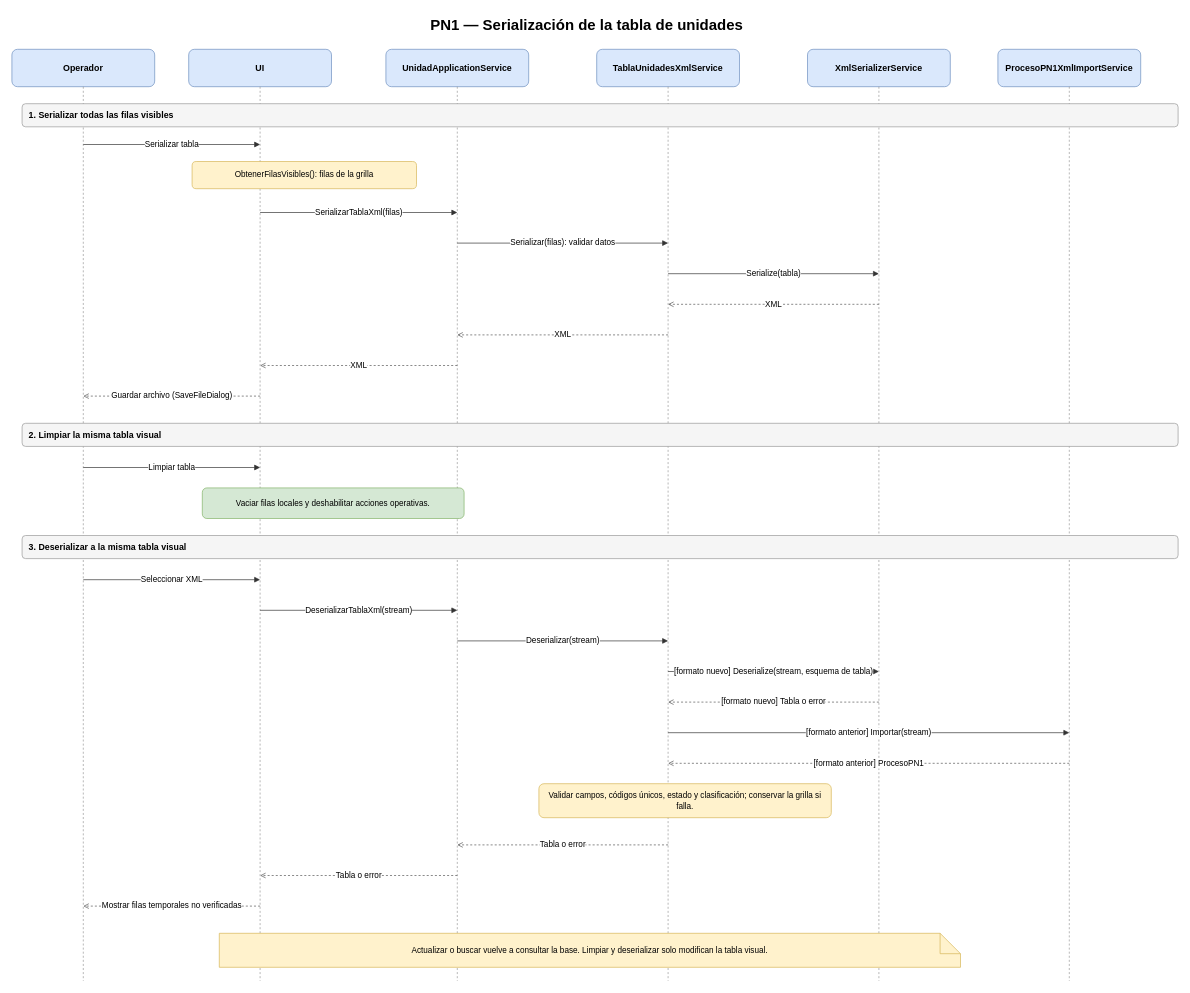
The draw.io diagram Diagramas/Diagramas de Secuencia/PN1 - XML auxiliar - Secuencia.drawio in juanNH/Ingenieria-de-Software, before the edit. Source tidied: cells renumbered, new cells numbered last; positions are measured from the earlier drawing's top-left corner, leaving out a move shared by most shapes. Both pictures are drawn from the tidied source at 68%, with x=0, y=0 at pixel (12, 12).
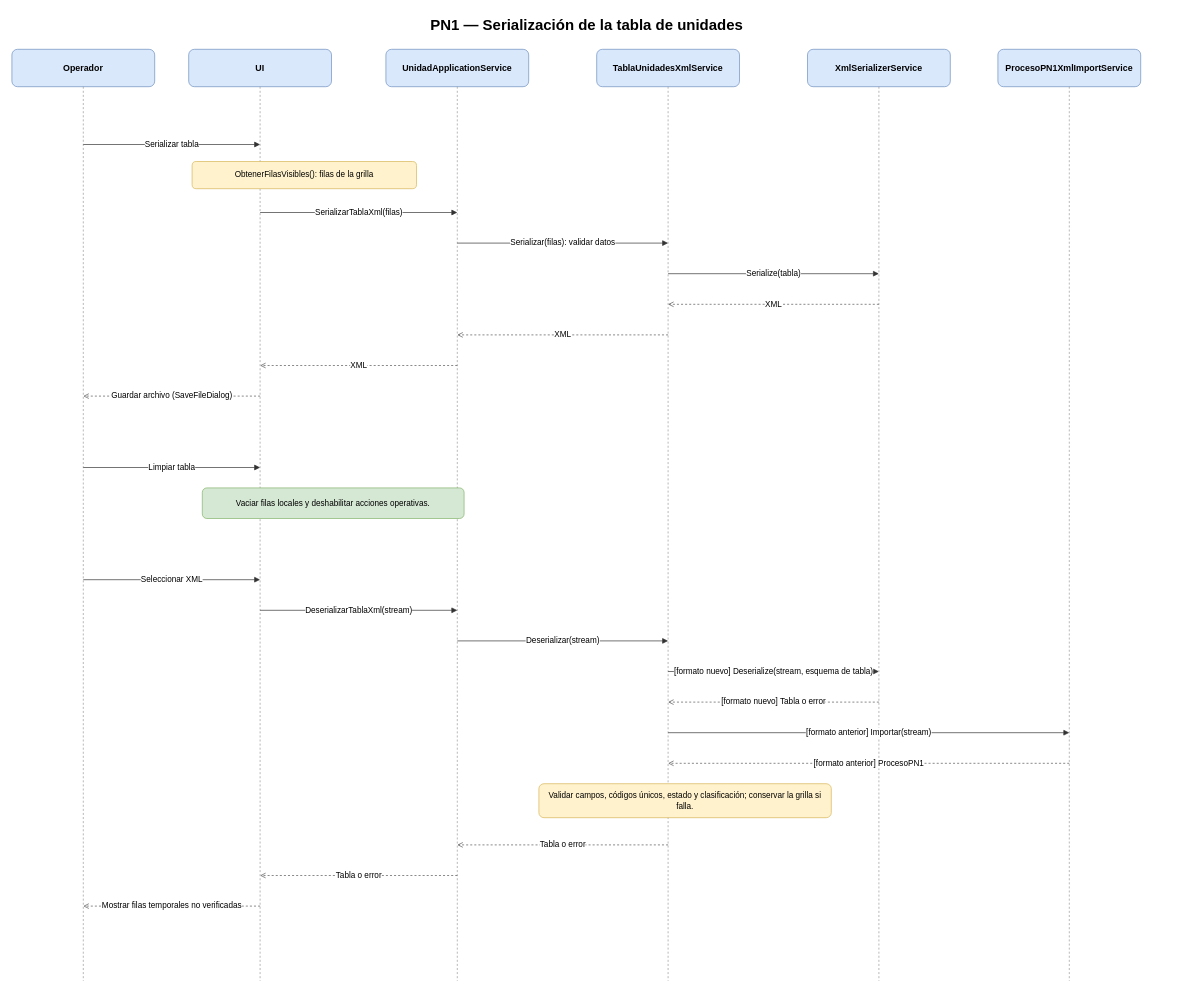
Above is the later version.

The edit, as a diff of the source:
```diff
@@
-    <mxCell id="15" value="1. Serializar todas las filas visibles" style="rounded=1;whiteSpace=wrap;html=1;fillColor=#f5f5f5;strokeColor=#999999;fontSize=13;fontStyle=1;align=left;spacingLeft=8;" parent="1" vertex="1">
-      <mxGeometry x="15" y="135" width="1700" height="34" as="geometry" />
-    </mxCell>
@@
-    <mxCell id="25" value="2. Limpiar la misma tabla visual" style="rounded=1;whiteSpace=wrap;html=1;fillColor=#f5f5f5;strokeColor=#999999;fontSize=13;fontStyle=1;align=left;spacingLeft=8;" parent="1" vertex="1">
-      <mxGeometry x="15" y="605" width="1700" height="34" as="geometry" />
-    </mxCell>
@@
-    <mxCell id="28" value="3. Deserializar a la misma tabla visual" style="rounded=1;whiteSpace=wrap;html=1;fillColor=#f5f5f5;strokeColor=#999999;fontSize=13;fontStyle=1;align=left;spacingLeft=8;" parent="1" vertex="1">
-      <mxGeometry x="15" y="770" width="1700" height="34" as="geometry" />
-    </mxCell>
@@
-    <mxCell id="40" value="Actualizar o buscar vuelve a consultar la base. Limpiar y deserializar solo modifican la tabla visual." style="shape=note;whiteSpace=wrap;html=1;fillColor=#fff2cc;strokeColor=#d6b656;fontSize=12;" parent="1" vertex="1">
-      <mxGeometry x="305" y="1355" width="1090" height="50" as="geometry" />
-    </mxCell>
```
